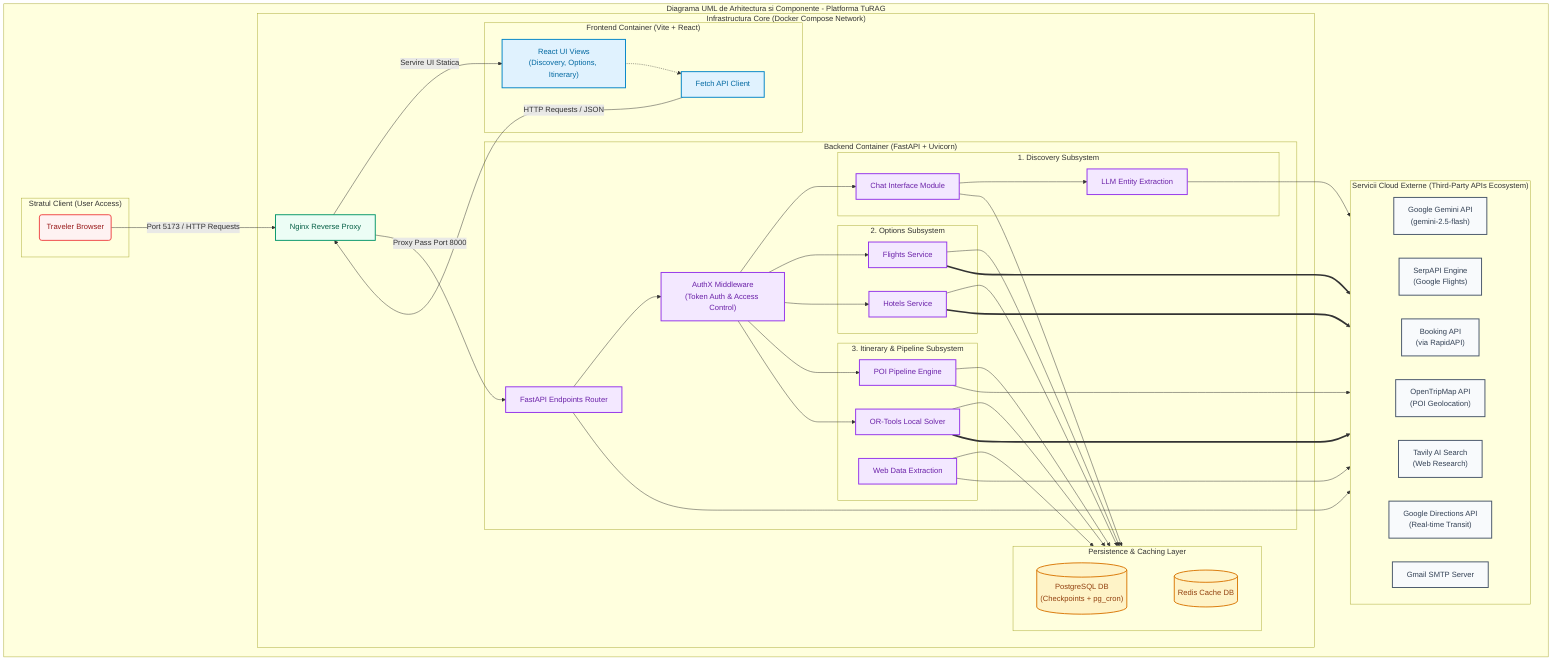
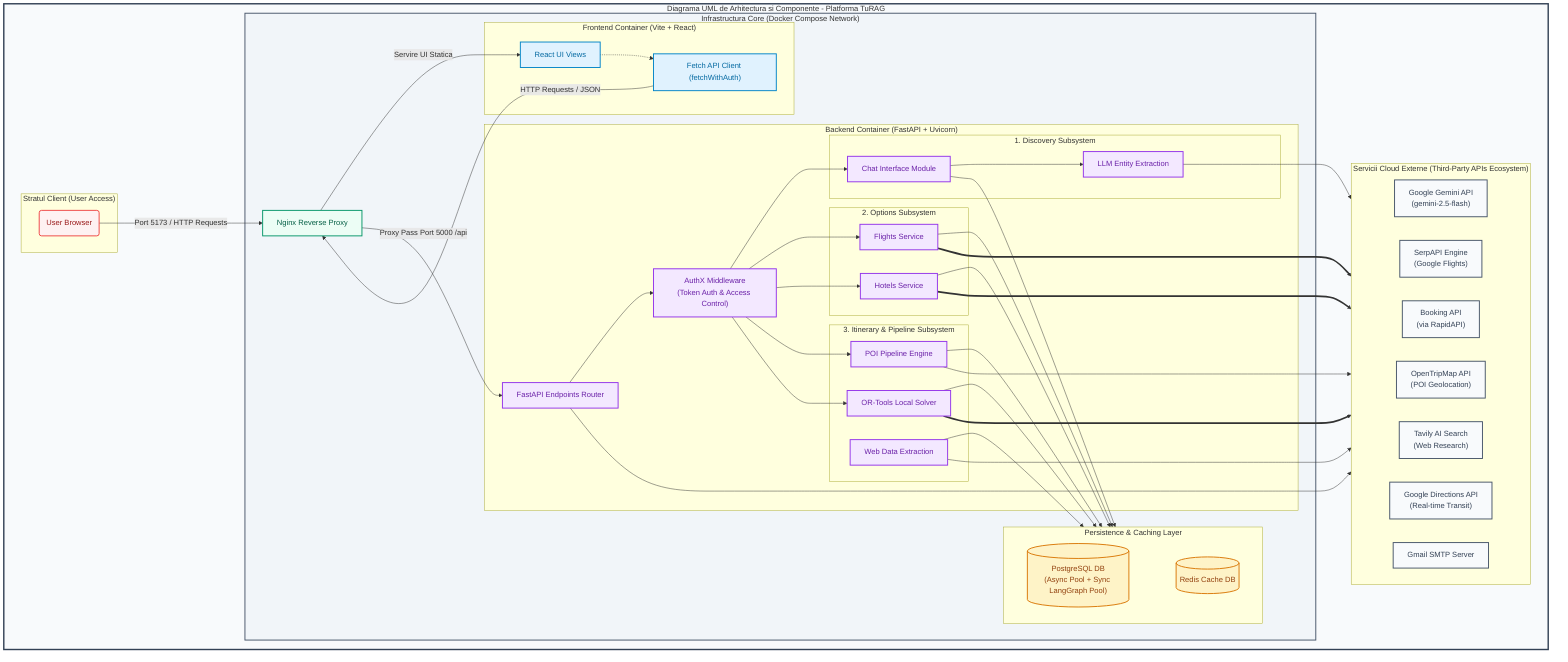
graph TD
- 
    %% --- CONFIGURARE STILURI SI CULORI ---
    classDef user fill:#fef2f2,stroke:#ef4444,stroke-width:2px,color:#991b1b;
    classDef proxy fill:#ecfdf5,stroke:#059669,stroke-width:2px,color:#065f46;
    classDef frontend fill:#e0f2fe,stroke:#0284c7,stroke-width:2px,color:#0369a1;
    classDef backend fill:#f3e8ff,stroke:#9333ea,stroke-width:2px,color:#6b21a8;
    classDef storage fill:#fef3c7,stroke:#d97706,stroke-width:2px,color:#92400e;
    classDef external fill:#f8fafc,stroke:#475569,stroke-width:2px,color:#334155;

    %% ======================================================================
-     %% CONTAINERUL MASTER
+     %% CONTAINERUL MASTER CU FUNDAL STABILIT PENTRU EXPORT
    %% ======================================================================
    subgraph Master_Architecture ["Diagrama UML de Arhitectura si Componente - Platforma TuRAG"]

+         %% --- CLIENT ---
        subgraph Client_Platform ["Stratul Client (User Access)"]
-             User(Traveler Browser):::user
+             User(User Browser):::user
        end

+         %% --- CORE INFRASTRUCTURE ---
        subgraph Docker_Environment ["Infrastructura Core (Docker Compose Network)"]

            Nginx["Nginx Reverse Proxy"]:::proxy

            subgraph Frontend_Container ["Frontend Container (Vite + React)"]
-                 UI["React UI Views<br>(Discovery, Options, Itinerary)"]:::frontend
-                 APIClient["Fetch API Client"]:::frontend
+                 UI["React UI Views"]:::frontend
+                 APIClient["Fetch API Client (fetchWithAuth)"]:::frontend
            end

            subgraph Backend_Container ["Backend Container (FastAPI + Uvicorn)"]

                FastAPIRouter["FastAPI Endpoints Router"]:::backend
                Auth["AuthX Middleware<br>(Token Auth & Access Control)"]:::backend

                subgraph Discovery_Module ["1. Discovery Subsystem"]
                    Chat["Chat Interface Module"]:::backend
                    Extract["LLM Entity Extraction"]:::backend
                end

                subgraph Options_Module ["2. Options Subsystem"]
                    FlightSvc["Flights Service"]:::backend
                    HotelSvc["Hotels Service"]:::backend
                end

                subgraph Itinerary_Module ["3. Itinerary & Pipeline Subsystem"]
                    Pipeline["POI Pipeline Engine"]:::backend
                    DeepSearch["Web Data Extraction"]:::backend
                    ScheduleEngine["OR-Tools Local Solver"]:::backend
                end

            end

            subgraph Storage_Layer ["Persistence & Caching Layer"]
                direction LR
-                 Postgres[("PostgreSQL DB<br>(Checkpoints + pg_cron)")]:::storage
+                 Postgres[("PostgreSQL DB<br>(Async Pool + Sync LangGraph Pool)")]:::storage
                Redis[("Redis Cache DB")]:::storage
                Postgres ~~~ Redis
            end

        end

+         %% --- API-URI EXTERNE ---
        subgraph External_APIs ["Servicii Cloud Externe (Third-Party APIs Ecosystem)"]
            direction LR
            Gemini["Google Gemini API<br>(gemini-2.5-flash)"]:::external
            SerpAPI["SerpAPI Engine<br>(Google Flights)"]:::external
            BookingAPI["Booking API<br>(via RapidAPI)"]:::external
            OpenTripMap["OpenTripMap API<br>(POI Geolocation)"]:::external
            Tavily["Tavily AI Search<br>(Web Research)"]:::external
            DirectionsAPI["Google Directions API<br>(Real-time Transit)"]:::external
            SMTP["Gmail SMTP Server"]:::external
        end

    end

+     %% --- STILIZARE HACK PENTRU FUNDAL CONTAINER MASTER ---
+     style Master_Architecture fill:#f8fafc,stroke:#334155,stroke-width:3px;
+     style Docker_Environment fill:#f1f5f9,stroke:#475569,stroke-width:2px;
+ 
    %% ======================================================================
    %% RUTE SI FLUXURI DE DATE
    %% ======================================================================

    User -->|Port 5173 / HTTP Requests| Nginx
    Nginx -->|Servire UI Statica| UI

    UI -.-> APIClient

    APIClient -->|HTTP Requests / JSON| Nginx
-     Nginx -->|Proxy Pass Port 8000| FastAPIRouter
+     Nginx -->|Proxy Pass Port 5000 /api| FastAPIRouter

    FastAPIRouter --> Auth

    Auth --> Chat
    Auth --> FlightSvc
    Auth --> HotelSvc
    Auth --> Pipeline
    Auth --> ScheduleEngine

    Chat --> Storage_Layer
    FlightSvc --> Storage_Layer
    HotelSvc --> Storage_Layer
    Pipeline --> Storage_Layer
    DeepSearch --> Storage_Layer
    ScheduleEngine --> Storage_Layer

    Chat --> Extract

    Extract --> External_APIs
    FlightSvc ==> External_APIs
    HotelSvc ==> External_APIs
    Pipeline --> External_APIs
    DeepSearch --> External_APIs
    ScheduleEngine ==> External_APIs
    FastAPIRouter --> External_APIs